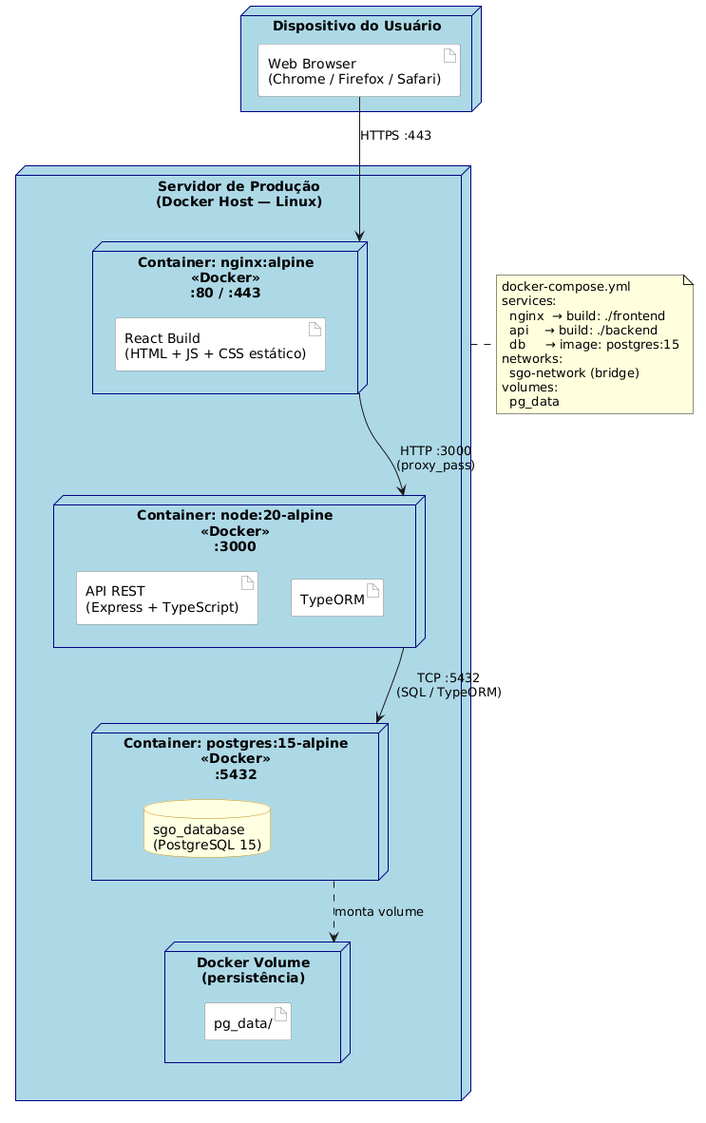
This is imagens/diagrama-de-implantacao.png from mateusferrao/Trabalho---SGO---10-pts, a PlantUML export, as it was before one commit. The source it was exported from:
```plantuml
@startuml
skinparam nodeStyle rectangle
skinparam node {
  BackgroundColor LightBlue
  BorderColor Navy
}
skinparam database {
  BackgroundColor LightYellow
  BorderColor DarkGoldenRod
}
skinparam artifact {
  BackgroundColor White
  BorderColor Gray
}

node "Dispositivo do Usuário" as Client {
  artifact "Web Browser\n(Chrome / Firefox / Safari)" as Browser
}

node "Servidor de Produção\n(Docker Host — Linux)" as DockerHost {

  node "Container: nginx:alpine\n<<Docker>>\n:80 / :443" as Nginx {
    artifact "React Build\n(HTML + JS + CSS estático)" as ReactBuild
  }

  node "Container: node:20-alpine\n<<Docker>>\n:3000" as NodeApp {
    artifact "API REST\n(Express + TypeScript)" as API
    artifact "TypeORM" as ORM
  }

  node "Container: postgres:15-alpine\n<<Docker>>\n:5432" as PGNode {
    database "sgo_database\n(PostgreSQL 15)" as PGDB
  }

  node "Docker Volume\n(persistência)" as Volume {
    artifact "pg_data/" as PGData
  }

}

Browser --> Nginx : HTTPS :443
Nginx --> NodeApp : HTTP :3000\n(proxy_pass)
NodeApp --> PGNode : TCP :5432\n(SQL / TypeORM)
PGNode ..> Volume : monta volume

note right of DockerHost
  docker-compose.yml
  services:
    nginx  → build: ./frontend
    api    → build: ./backend
    db     → image: postgres:15
  networks:
    sgo-network (bridge)
  volumes:
    pg_data
end note
@enduml
```
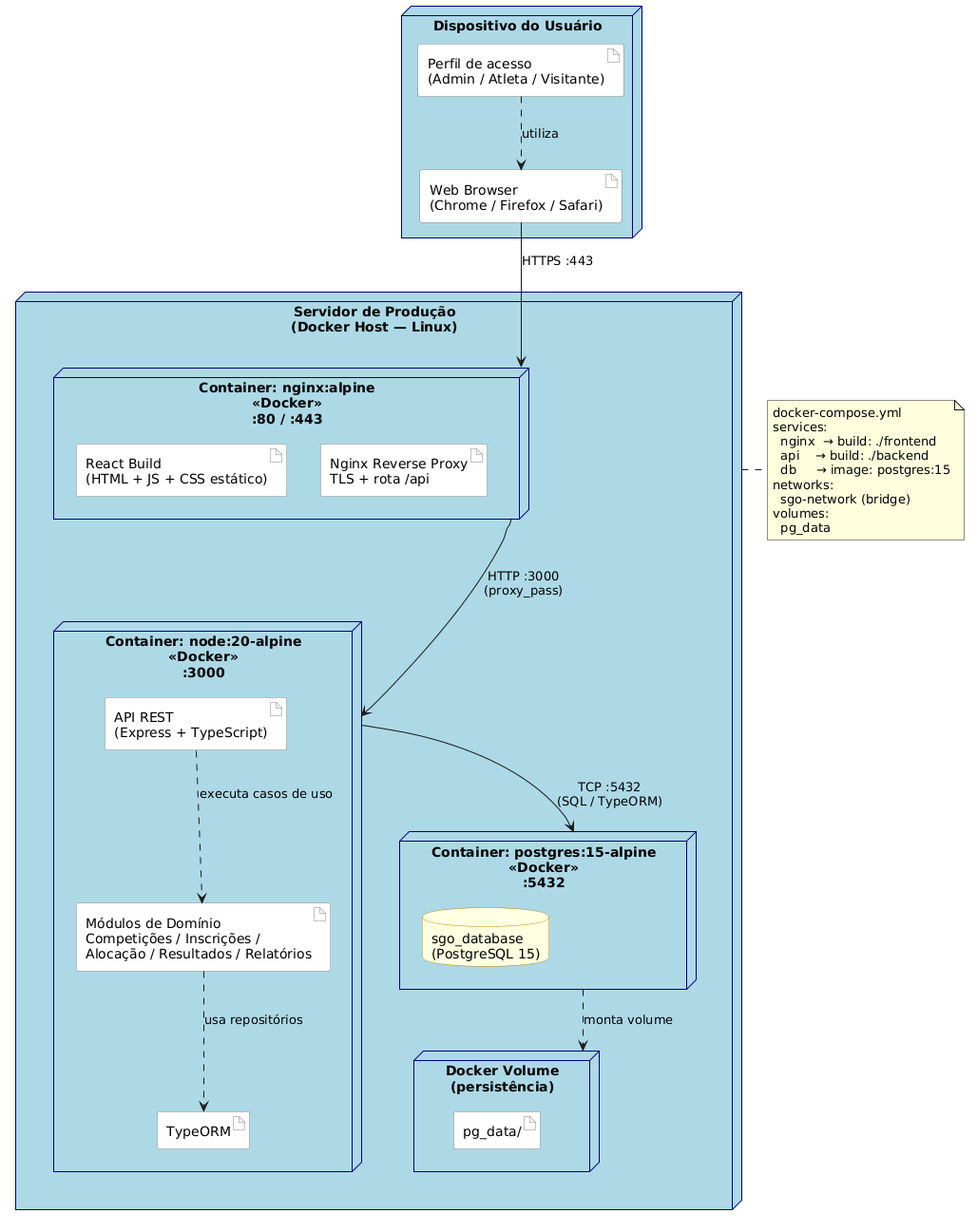
Above is the later version.

The edit, as a diff of the source:
```diff
@@ -15,16 +15,19 @@
 
 node "Dispositivo do Usuário" as Client {
   artifact "Web Browser\n(Chrome / Firefox / Safari)" as Browser
+  artifact "Perfil de acesso\n(Admin / Atleta / Visitante)" as UserProfile
 }
 
 node "Servidor de Produção\n(Docker Host — Linux)" as DockerHost {
 
   node "Container: nginx:alpine\n<<Docker>>\n:80 / :443" as Nginx {
     artifact "React Build\n(HTML + JS + CSS estático)" as ReactBuild
+    artifact "Nginx Reverse Proxy\nTLS + rota /api" as Proxy
   }
 
   node "Container: node:20-alpine\n<<Docker>>\n:3000" as NodeApp {
     artifact "API REST\n(Express + TypeScript)" as API
+    artifact "Módulos de Domínio\nCompetições / Inscrições /\nAlocação / Resultados / Relatórios" as DomainModules
     artifact "TypeORM" as ORM
   }
 
@@ -38,10 +41,13 @@
 
 }
 
+UserProfile ..> Browser : utiliza
 Browser --> Nginx : HTTPS :443
 Nginx --> NodeApp : HTTP :3000\n(proxy_pass)
 NodeApp --> PGNode : TCP :5432\n(SQL / TypeORM)
 PGNode ..> Volume : monta volume
+API ..> DomainModules : executa casos de uso
+DomainModules ..> ORM : usa repositórios
 
 note right of DockerHost
   docker-compose.yml
```
